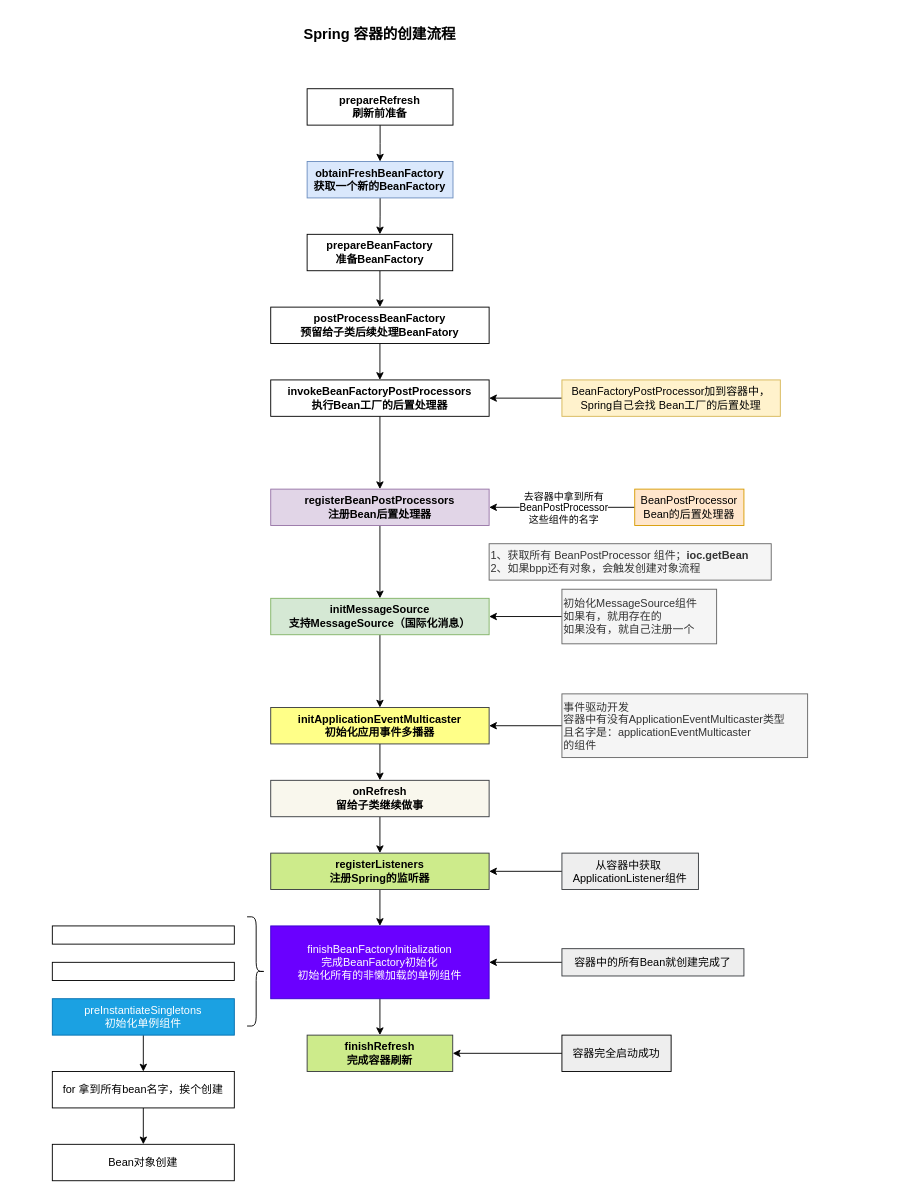
This is files/spring/Spring容器的创建流程.drawio from weizhiqimail/draw.io.repo, a draw.io file, before an edit. Source tidied: cells renumbered, new cells numbered last; positions are measured from the earlier drawing's top-left corner, leaving out a move shared by most shapes. Both pictures are drawn from the tidied source at 91%, with x=0, y=0 at pixel (52, 15).
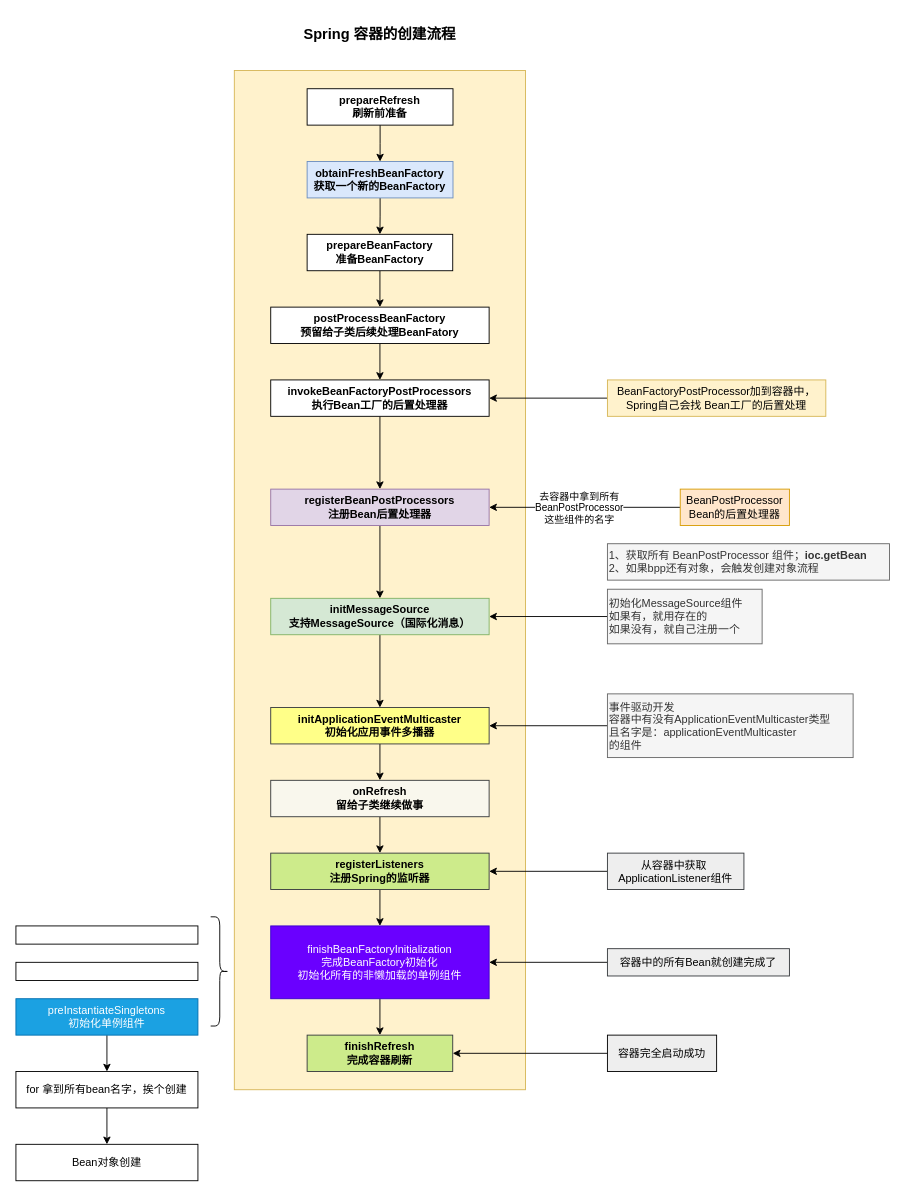
After the change.

Commit message:
Update Spring容器的创建流程.drawio

The edit, as a diff of the source:
```diff
@@
+    <mxCell id="50" style="rounded=0;whiteSpace=wrap;html=1;fillColor=#fff2cc;strokeColor=#d6b656;" parent="1" vertex="1">
+      <mxGeometry x="200" y="60" width="320" height="1120" as="geometry" />
+    </mxCell>
@@
     <mxCell id="13" value="BeanFactoryPostProcessor加到容器中，&#10;Spring自己会找 Bean工厂的后置处理" style="rounded=0;whiteSpace=wrap;fillColor=#fff2cc;strokeColor=#d6b656;" parent="1" vertex="1">
-      <mxGeometry x="560" y="400" width="240" height="40" as="geometry" />
+      <mxGeometry x="610" y="400" width="240" height="40" as="geometry" />
     </mxCell>
@@
     <mxCell id="16" value="BeanPostProcessor&#10;Bean的后置处理器" style="rounded=0;whiteSpace=wrap;fillColor=#ffe6cc;strokeColor=#d79b00;" parent="1" vertex="1">
-      <mxGeometry x="640" y="520" width="120" height="40" as="geometry" />
+      <mxGeometry x="690" y="520" width="120" height="40" as="geometry" />
     </mxCell>
@@
     <mxCell id="19" value="1、获取所有 BeanPostProcessor 组件；&lt;b&gt;ioc.getBean&lt;/b&gt;&lt;div&gt;2、如果bpp还有对象，会触发创建对象流程&lt;/div&gt;" style="text;html=1;align=left;verticalAlign=middle;strokeColor=#666666;fillColor=#f5f5f5;fontColor=#333333;" parent="1" vertex="1">
-      <mxGeometry x="480" y="580" width="310" height="40" as="geometry" />
+      <mxGeometry x="610" y="580" width="310" height="40" as="geometry" />
     </mxCell>
@@
     <mxCell id="23" value="初始化MessageSource组件&lt;div&gt;如果有，就用存在的&lt;/div&gt;&lt;div&gt;如果没有，就自己注册一个&lt;/div&gt;" style="text;html=1;align=left;verticalAlign=middle;points=[];strokeColor=#666666;fillColor=#f5f5f5;fontColor=#333333;" parent="1" vertex="1">
-      <mxGeometry x="560" y="630" width="170" height="60" as="geometry" />
+      <mxGeometry x="610" y="630" width="170" height="60" as="geometry" />
     </mxCell>
@@
     <mxCell id="27" value="事件驱动开发&#10;容器中有没有ApplicationEventMulticaster类型&#10;且名字是：applicationEventMulticaster&#10;的组件" style="text;align=left;verticalAlign=middle;points=[];strokeColor=#666666;fillColor=#f5f5f5;fontColor=#333333;" parent="1" vertex="1">
-      <mxGeometry x="560" y="745" width="270" height="70" as="geometry" />
+      <mxGeometry x="610" y="745" width="270" height="70" as="geometry" />
     </mxCell>
@@
     <mxCell id="33" value="从容器中获取 &#10;ApplicationListener组件" style="text;align=center;verticalAlign=middle;points=[];strokeColor=#36393d;fillColor=#eeeeee;" parent="1" vertex="1">
-      <mxGeometry x="560" y="920" width="150" height="40" as="geometry" />
+      <mxGeometry x="610" y="920" width="150" height="40" as="geometry" />
     </mxCell>
@@
     <mxCell id="37" value="容器中的所有Bean就创建完成了" style="text;align=center;verticalAlign=middle;points=[];strokeColor=#36393d;fillColor=#eeeeee;" parent="1" vertex="1">
-      <mxGeometry x="560" y="1025" width="200" height="30" as="geometry" />
+      <mxGeometry x="610" y="1025" width="200" height="30" as="geometry" />
     </mxCell>
@@
     <mxCell id="39" style="rounded=0;whiteSpace=wrap;html=1;" parent="1" vertex="1">
-      <mxGeometry y="1000" width="200" height="20" as="geometry" />
+      <mxGeometry x="-40" y="1000" width="200" height="20" as="geometry" />
     </mxCell>
@@
     <mxCell id="41" value="preInstantiateSingletons&#10;初始化单例组件" style="rounded=0;whiteSpace=wrap;fillColor=#1ba1e2;fontColor=#ffffff;strokeColor=#006EAF;" parent="1" vertex="1">
-      <mxGeometry y="1080" width="200" height="40" as="geometry" />
+      <mxGeometry x="-40" y="1080" width="200" height="40" as="geometry" />
     </mxCell>
     <mxCell id="42" style="rounded=0;whiteSpace=wrap;html=1;" parent="1" vertex="1">
-      <mxGeometry y="1040" width="200" height="20" as="geometry" />
+      <mxGeometry x="-40" y="1040" width="200" height="20" as="geometry" />
     </mxCell>
     <mxCell id="43" style="shape=curlyBracket;whiteSpace=wrap;html=1;rounded=1;flipH=1;labelPosition=right;verticalLabelPosition=middle;align=left;verticalAlign=middle;" parent="1" vertex="1">
-      <mxGeometry x="214" y="990" width="20" height="120" as="geometry" />
+      <mxGeometry x="174" y="990" width="20" height="120" as="geometry" />
     </mxCell>
@@
     <mxCell id="45" value="for 拿到所有bean名字，挨个创建" style="rounded=0;whiteSpace=wrap;html=1;" parent="1" vertex="1">
-      <mxGeometry y="1160" width="200" height="40" as="geometry" />
+      <mxGeometry x="-40" y="1160" width="200" height="40" as="geometry" />
     </mxCell>
     <mxCell id="46" value="Bean对象创建" style="rounded=0;whiteSpace=wrap;html=1;" parent="1" vertex="1">
-      <mxGeometry y="1240" width="200" height="40" as="geometry" />
+      <mxGeometry x="-40" y="1240" width="200" height="40" as="geometry" />
     </mxCell>
@@
     <mxCell id="49" value="&lt;span style=&quot;color: rgb(0, 0, 0); text-wrap-mode: nowrap;&quot;&gt;容器完全启动成功&lt;/span&gt;" style="rounded=0;whiteSpace=wrap;html=1;fillColor=#EEEEEE;" parent="1" vertex="1">
-      <mxGeometry x="560" y="1120" width="120" height="40" as="geometry" />
+      <mxGeometry x="610" y="1120" width="120" height="40" as="geometry" />
     </mxCell>
```
